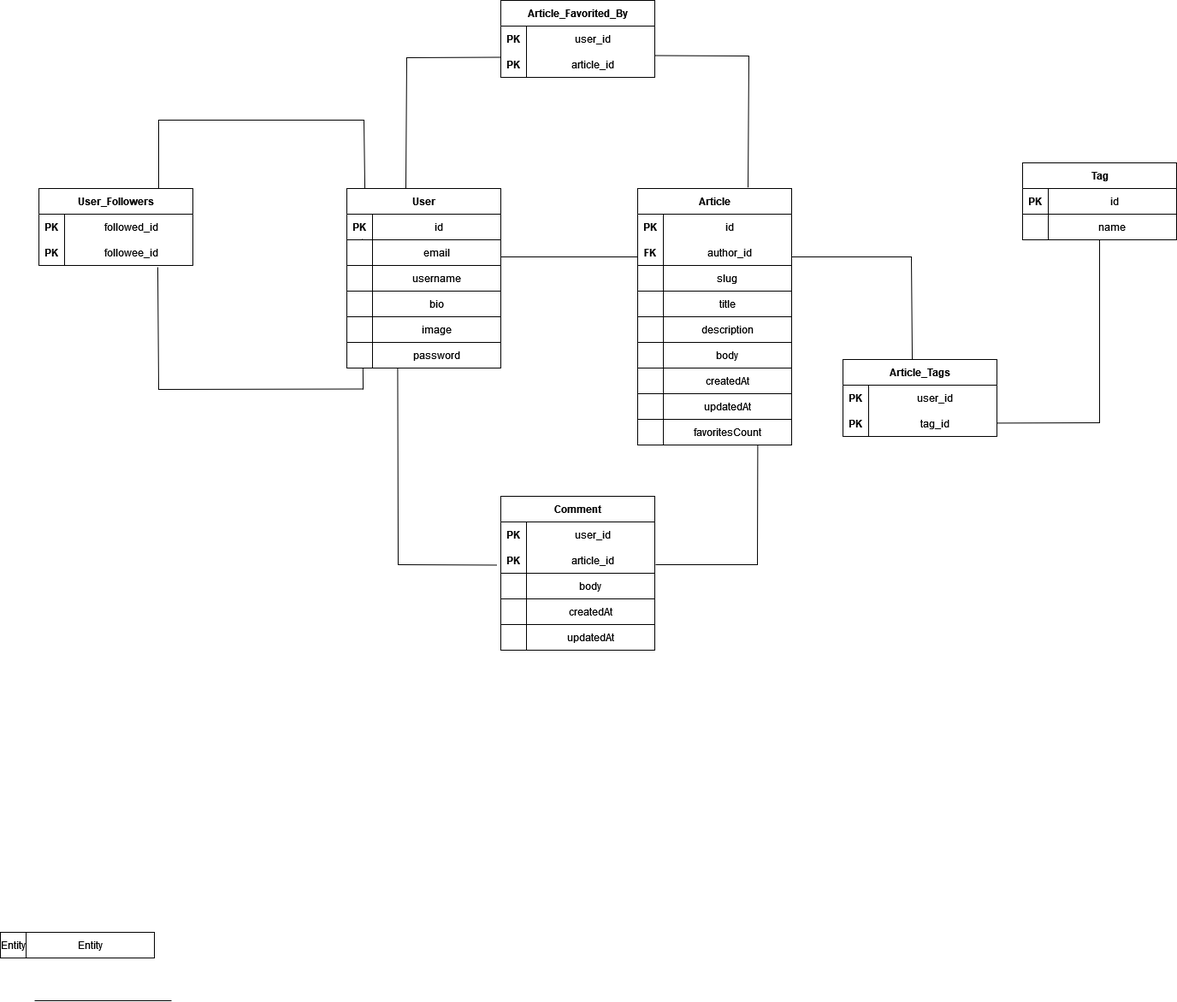
Before: diagram.png, a diagram exported from draw.io (mertkaanguzel/Medium-Clone). Source tidied: cells renumbered, new cells last; positions are measured from the earlier drawing's top-left corner, leaving out a move shared by most shapes.
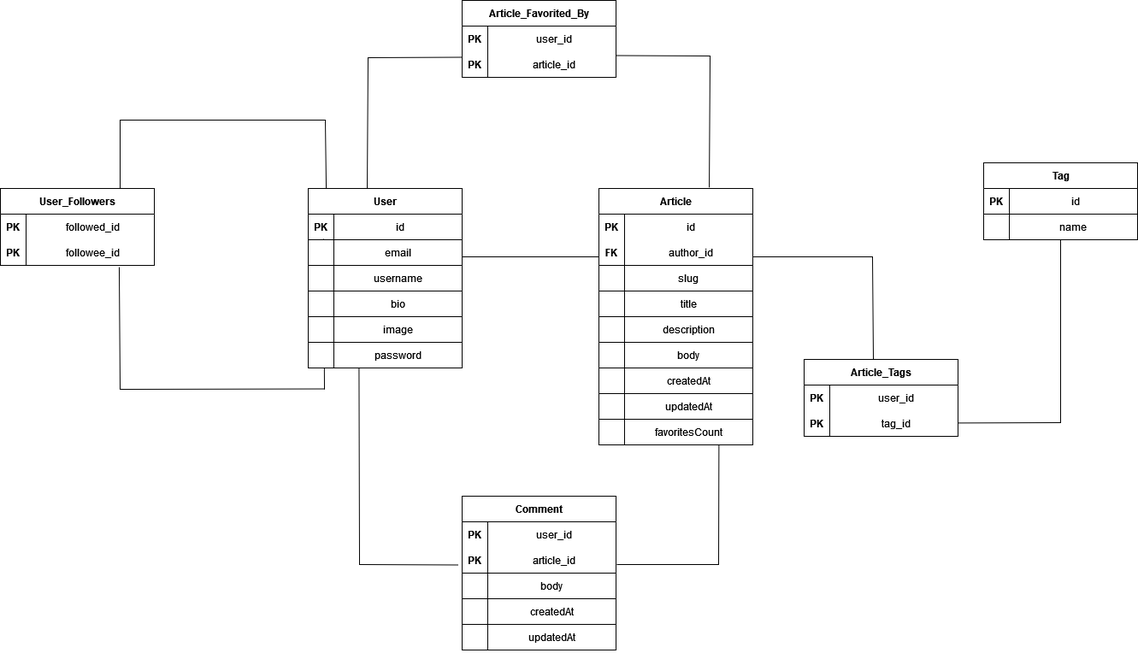
After the commit.

Change to the diagram source:
```diff
@@ -161,12 +161,6 @@
         </Array>
       </mxGeometry>
     </mxCell>
-    <mxCell id="49" style="endArrow=none;html=1;rounded=0;" parent="1" edge="1">
-      <mxGeometry relative="1" as="geometry">
-        <mxPoint x="40" y="1170" as="sourcePoint" />
-        <mxPoint x="200" y="1170" as="targetPoint" />
-      </mxGeometry>
-    </mxCell>
     <mxCell id="50" style="endArrow=none;html=1;rounded=0;entryX=0.117;entryY=0.007;entryDx=0;entryDy=0;entryPerimeter=0;" parent="1" edge="1" target="20">
       <mxGeometry relative="1" as="geometry">
         <mxPoint x="185" y="220" as="sourcePoint" />
@@ -217,12 +211,6 @@
     <mxCell id="57" style="shape=partialRectangle;fillColor=none;top=0;left=0;bottom=0;right=0;overflow=hidden;whiteSpace=wrap;html=1;" parent="1" vertex="1">
       <mxGeometry x="655" y="740" width="30" height="30" as="geometry" />
     </mxCell>
-    <mxCell id="58" value="Entity" style="whiteSpace=wrap;html=1;align=center;" parent="1" vertex="1">
-      <mxGeometry x="30" y="1090" width="150" height="30" as="geometry" />
-    </mxCell>
-    <mxCell id="59" value="Entity" style="whiteSpace=wrap;html=1;align=center;" parent="1" vertex="1">
-      <mxGeometry y="1090" width="30" height="30" as="geometry" />
-    </mxCell>
     <mxCell id="60" value="updatedAt" style="whiteSpace=wrap;html=1;align=center;" parent="1" vertex="1">
       <mxGeometry x="615" y="730" width="150" height="30" as="geometry" />
     </mxCell>
```
